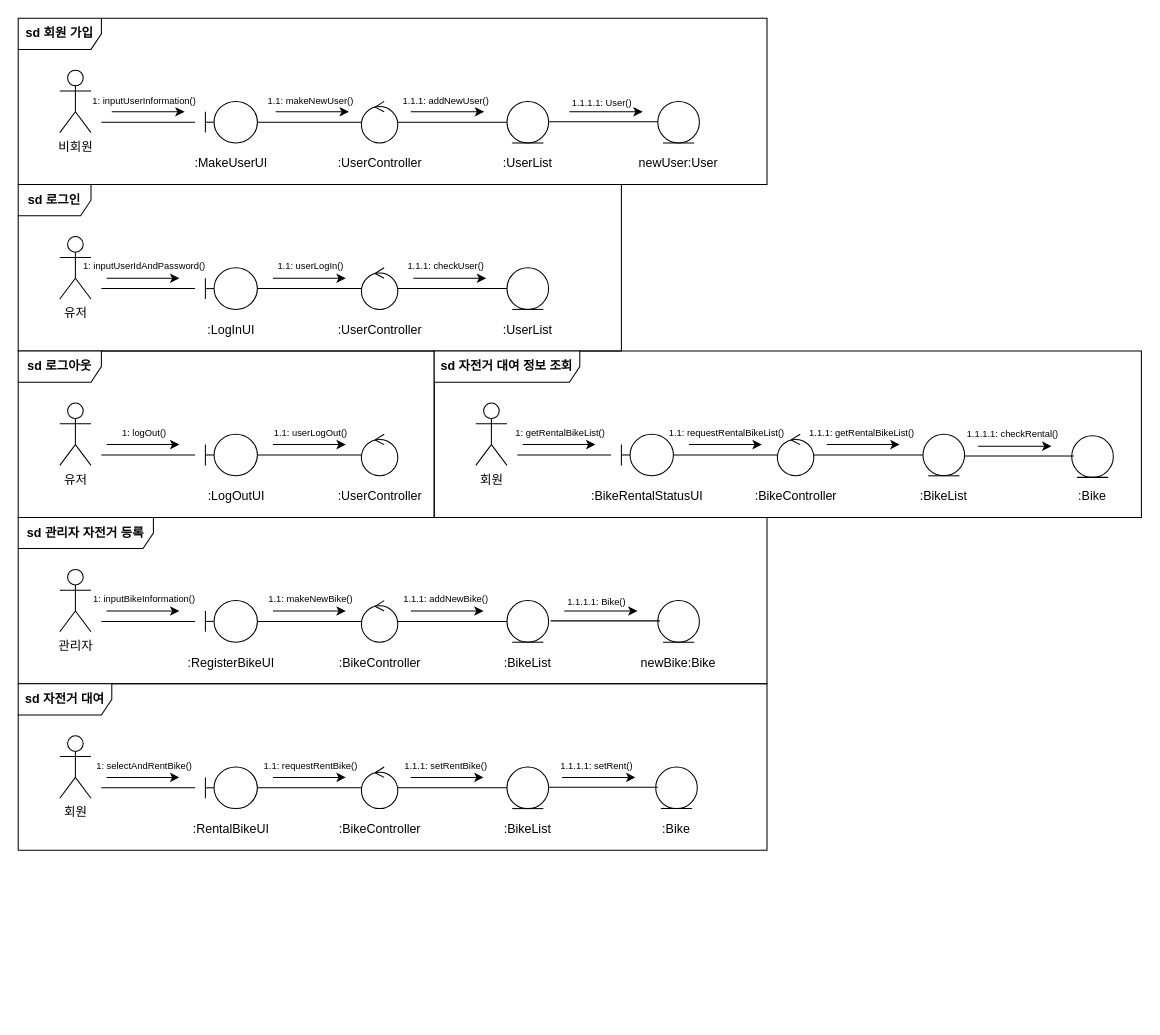
brian70304/SE_Project2 keeps this draw.io diagram as Communication_Diagram.drawio. Above is the earlier version. Source tidied: cells renumbered, new cells numbered last; positions are measured from the earlier drawing's top-left corner, leaving out a move shared by most shapes. Both pictures are drawn from the tidied source at 104%, with x=0, y=0 at pixel (18, 18).
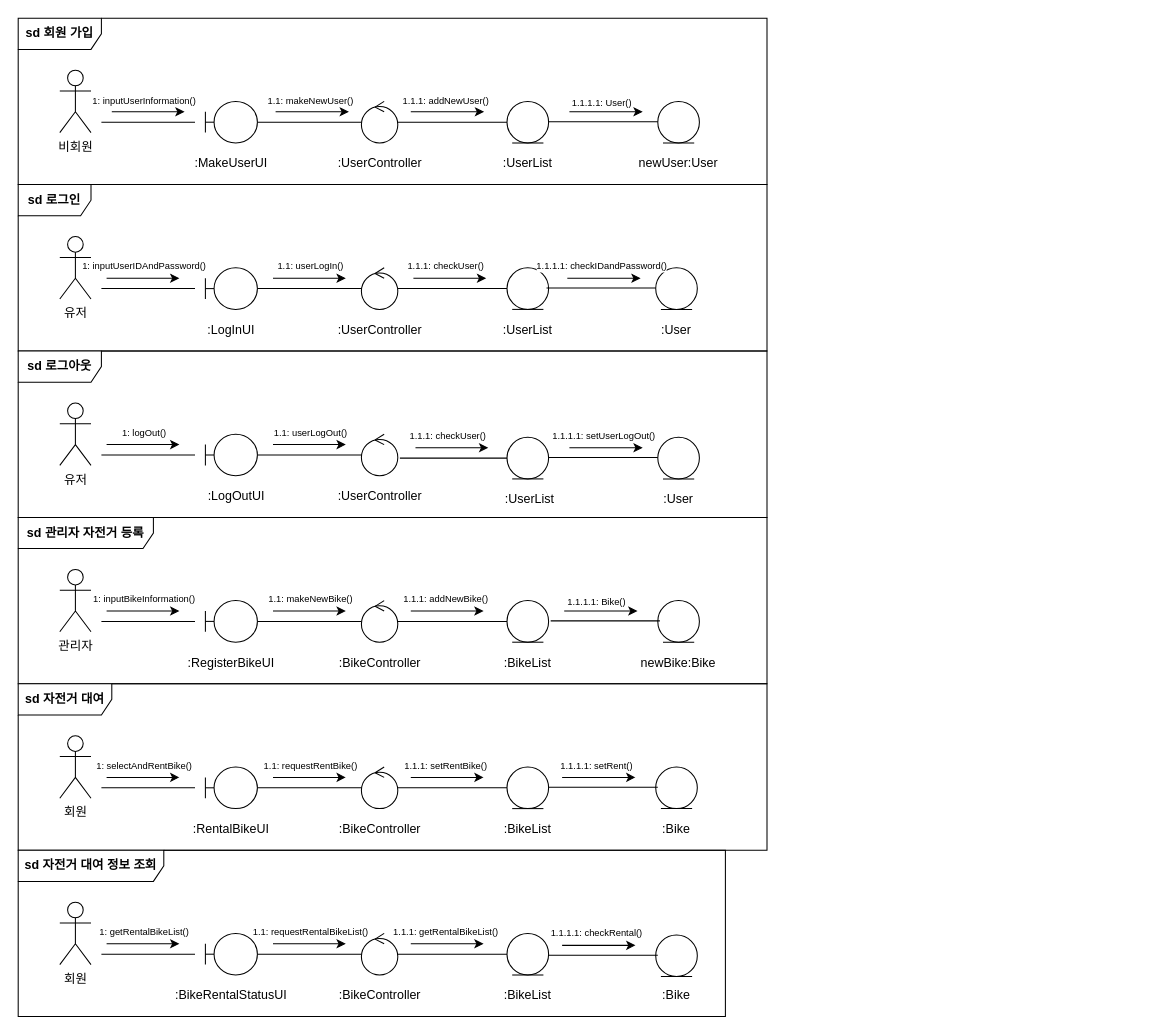
After the change.

Diff of the diagram source:
```diff
@@
-    <mxCell id="30" value="&lt;font style=&quot;font-size: 9px;&quot;&gt;1: inputUserIdAndPassword()&lt;/font&gt;" style="edgeLabel;html=1;align=center;verticalAlign=middle;" parent="1" vertex="1">
+    <mxCell id="30" value="&lt;font style=&quot;font-size: 9px;&quot;&gt;1: inputUserIDAndPassword()&lt;/font&gt;" style="edgeLabel;html=1;align=center;verticalAlign=middle;" parent="1" vertex="1">
       <mxGeometry x="120" y="237" as="geometry" />
     </mxCell>
@@
     <mxCell id="35" value="&lt;b&gt;sd 로그인&lt;/b&gt;" style="shape=umlFrame;whiteSpace=wrap;html=1;width=70;height=30;" parent="1" vertex="1">
-      <mxGeometry y="160" width="580" height="160" as="geometry" />
+      <mxGeometry y="160" width="720" height="160" as="geometry" />
     </mxCell>
@@
     <mxCell id="63" value="&lt;b&gt;sd 로그아웃&lt;/b&gt;" style="shape=umlFrame;whiteSpace=wrap;html=1;width=80;height=30;" parent="1" vertex="1">
-      <mxGeometry y="320" width="400" height="160" as="geometry" />
+      <mxGeometry y="320" width="720" height="160" as="geometry" />
     </mxCell>
@@
     <mxCell id="81" value="회원" style="shape=umlActor;verticalLabelPosition=bottom;verticalAlign=top;html=1;" parent="1" vertex="1">
-      <mxGeometry x="440" y="370" width="30" height="60" as="geometry" />
+      <mxGeometry x="40" y="850" width="30" height="60" as="geometry" />
     </mxCell>
@@
     <mxCell id="83" style="shape=umlBoundary;whiteSpace=wrap;html=1;" parent="1" vertex="1">
-      <mxGeometry x="580" y="400" width="50" height="40" as="geometry" />
+      <mxGeometry x="180" y="880" width="50" height="40" as="geometry" />
     </mxCell>
@@
     <mxCell id="85" style="ellipse;shape=umlControl;whiteSpace=wrap;html=1;" parent="1" vertex="1">
-      <mxGeometry x="730" y="400" width="35" height="40" as="geometry" />
+      <mxGeometry x="330" y="880" width="35" height="40" as="geometry" />
     </mxCell>
     <mxCell id="86" style="ellipse;shape=umlEntity;whiteSpace=wrap;html=1;" parent="1" vertex="1">
-      <mxGeometry x="870" y="400" width="40" height="40" as="geometry" />
+      <mxGeometry x="470" y="880" width="40" height="40" as="geometry" />
     </mxCell>
     <mxCell id="87" style="endArrow=none;html=1;rounded=0;" parent="1" edge="1">
       <mxGeometry relative="1" as="geometry">
-        <mxPoint x="570" y="420" as="sourcePoint" />
-        <mxPoint x="480" y="420" as="targetPoint" />
+        <mxPoint x="170" y="900" as="sourcePoint" />
+        <mxPoint x="80" y="900" as="targetPoint" />
       </mxGeometry>
     </mxCell>
     <mxCell id="88" value=":BikeRentalStatusUI" style="text;html=1;align=center;verticalAlign=middle;whiteSpace=wrap;rounded=0;" parent="1" vertex="1">
-      <mxGeometry x="575" y="450" width="60" height="20" as="geometry" />
+      <mxGeometry x="175" y="930" width="60" height="20" as="geometry" />
     </mxCell>
     <mxCell id="89" value=":BikeController" style="text;html=1;align=center;verticalAlign=middle;whiteSpace=wrap;rounded=0;" parent="1" vertex="1">
-      <mxGeometry x="717.5" y="450" width="60" height="20" as="geometry" />
+      <mxGeometry x="317.5" y="930" width="60" height="20" as="geometry" />
     </mxCell>
     <mxCell id="90" value=":BikeList" style="text;html=1;align=center;verticalAlign=middle;whiteSpace=wrap;rounded=0;" parent="1" vertex="1">
-      <mxGeometry x="860" y="450" width="60" height="20" as="geometry" />
+      <mxGeometry x="460" y="930" width="60" height="20" as="geometry" />
     </mxCell>
     <mxCell id="91" style="endArrow=classic;html=1;rounded=0;" parent="1" edge="1">
       <mxGeometry relative="1" as="geometry">
-        <mxPoint x="485" y="410" as="sourcePoint" />
-        <mxPoint x="555" y="410" as="targetPoint" />
+        <mxPoint x="85" y="890" as="sourcePoint" />
+        <mxPoint x="155" y="890" as="targetPoint" />
       </mxGeometry>
     </mxCell>
     <mxCell id="92" value="&lt;font style=&quot;font-size: 9px;&quot;&gt;1: getRentalBikeList()&lt;/font&gt;" style="edgeLabel;html=1;align=center;verticalAlign=middle;" parent="1" vertex="1">
-      <mxGeometry x="520" y="397" as="geometry" />
+      <mxGeometry x="120" y="877" as="geometry" />
     </mxCell>
     <mxCell id="93" style="endArrow=classic;html=1;rounded=0;" parent="1" edge="1">
       <mxGeometry relative="1" as="geometry">
-        <mxPoint x="645" y="410" as="sourcePoint" />
-        <mxPoint x="715" y="410" as="targetPoint" />
+        <mxPoint x="245" y="890" as="sourcePoint" />
+        <mxPoint x="315" y="890" as="targetPoint" />
       </mxGeometry>
     </mxCell>
     <mxCell id="94" value="&lt;font style=&quot;font-size: 9px;&quot;&gt;1.1: requestRentalBikeList()&lt;/font&gt;" style="edgeLabel;html=1;align=center;verticalAlign=middle;" parent="1" vertex="1">
-      <mxGeometry x="680" y="397" as="geometry" />
+      <mxGeometry x="280" y="877" as="geometry" />
     </mxCell>
     <mxCell id="95" style="endArrow=classic;html=1;rounded=0;" parent="1" edge="1">
       <mxGeometry relative="1" as="geometry">
-        <mxPoint x="777.5" y="410" as="sourcePoint" />
-        <mxPoint x="847.5" y="410" as="targetPoint" />
+        <mxPoint x="377.5" y="890" as="sourcePoint" />
+        <mxPoint x="447.5" y="890" as="targetPoint" />
       </mxGeometry>
     </mxCell>
     <mxCell id="96" value="&lt;font style=&quot;font-size: 9px;&quot;&gt;1.1.1: getRentalBikeList()&lt;/font&gt;" style="edgeLabel;html=1;align=center;verticalAlign=middle;" parent="1" vertex="1">
-      <mxGeometry x="810" y="397" as="geometry" />
+      <mxGeometry x="410" y="877" as="geometry" />
     </mxCell>
@@
     <mxCell id="98" value="&lt;b&gt;sd 자전거 대여 정보 조회&lt;/b&gt;" style="shape=umlFrame;whiteSpace=wrap;html=1;width=140;height=30;" parent="1" vertex="1">
-      <mxGeometry x="400" y="320" width="680" height="160" as="geometry" />
+      <mxGeometry y="800" width="680" height="160" as="geometry" />
     </mxCell>
@@
     <mxCell id="114" style="ellipse;shape=umlEntity;whiteSpace=wrap;html=1;" parent="1" vertex="1">
-      <mxGeometry x="1013" y="401.5" width="40" height="40" as="geometry" />
+      <mxGeometry x="613" y="881.5" width="40" height="40" as="geometry" />
     </mxCell>
     <mxCell id="115" style="edgeStyle=orthogonalEdgeStyle;rounded=0;orthogonalLoop=1;jettySize=auto;html=1;entryX=0;entryY=0.5;entryDx=0;entryDy=0;endArrow=none;startFill=0;" parent="1" edge="1">
       <mxGeometry relative="1" as="geometry">
-        <mxPoint x="910" y="421" as="sourcePoint" />
-        <mxPoint x="1015" y="421" as="targetPoint" />
+        <mxPoint x="510" y="901" as="sourcePoint" />
+        <mxPoint x="615" y="901" as="targetPoint" />
       </mxGeometry>
     </mxCell>
     <mxCell id="116" style="endArrow=classic;html=1;rounded=0;" parent="1" edge="1">
       <mxGeometry relative="1" as="geometry">
-        <mxPoint x="923" y="411.5" as="sourcePoint" />
-        <mxPoint x="993.5" y="411.5" as="targetPoint" />
+        <mxPoint x="523" y="891.5" as="sourcePoint" />
+        <mxPoint x="593.5" y="891.5" as="targetPoint" />
       </mxGeometry>
     </mxCell>
     <mxCell id="117" value="&lt;font style=&quot;font-size: 9px;&quot;&gt;1.1.1.1: checkRental()&lt;/font&gt;" style="edgeLabel;html=1;align=center;verticalAlign=middle;" parent="1" vertex="1">
-      <mxGeometry x="955" y="398.5" as="geometry" />
+      <mxGeometry x="555" y="878.5" as="geometry" />
     </mxCell>
     <mxCell id="118" value=":Bike" style="text;html=1;align=center;verticalAlign=middle;whiteSpace=wrap;rounded=0;" parent="1" vertex="1">
-      <mxGeometry x="1003" y="450" width="60" height="20" as="geometry" />
+      <mxGeometry x="603" y="930" width="60" height="20" as="geometry" />
     </mxCell>
+    <mxCell id="119" style="ellipse;shape=umlEntity;whiteSpace=wrap;html=1;" parent="1" vertex="1">
+      <mxGeometry x="613" y="240" width="40" height="40" as="geometry" />
+    </mxCell>
+    <mxCell id="120" value=":User" style="text;html=1;align=center;verticalAlign=middle;whiteSpace=wrap;rounded=0;" parent="1" vertex="1">
+      <mxGeometry x="603" y="290" width="60" height="20" as="geometry" />
+    </mxCell>
+    <mxCell id="121" style="endArrow=classic;html=1;rounded=0;" parent="1" edge="1">
+      <mxGeometry relative="1" as="geometry">
+        <mxPoint x="528" y="250" as="sourcePoint" />
+        <mxPoint x="598.5" y="250" as="targetPoint" />
+      </mxGeometry>
+    </mxCell>
+    <mxCell id="122" value="&lt;font style=&quot;font-size: 9px;&quot;&gt;1.1.1.1: checkIDandPassword()&lt;/font&gt;" style="edgeLabel;html=1;align=center;verticalAlign=middle;" parent="1" vertex="1">
+      <mxGeometry x="560" y="237" as="geometry" />
+    </mxCell>
+    <mxCell id="123" style="edgeStyle=orthogonalEdgeStyle;rounded=0;orthogonalLoop=1;jettySize=auto;html=1;entryX=0;entryY=0.5;entryDx=0;entryDy=0;endArrow=none;startFill=0;" parent="1" edge="1">
+      <mxGeometry relative="1" as="geometry">
+        <mxPoint x="508" y="259.5" as="sourcePoint" />
+        <mxPoint x="613" y="259.5" as="targetPoint" />
+      </mxGeometry>
+    </mxCell>
+    <mxCell id="124" style="edgeStyle=orthogonalEdgeStyle;rounded=0;orthogonalLoop=1;jettySize=auto;html=1;entryX=0;entryY=0.5;entryDx=0;entryDy=0;endArrow=none;startFill=0;" parent="1" edge="1">
+      <mxGeometry relative="1" as="geometry">
+        <mxPoint x="367" y="423" as="sourcePoint" />
+        <mxPoint x="472" y="423" as="targetPoint" />
+      </mxGeometry>
+    </mxCell>
+    <mxCell id="125" value=":UserList" style="text;html=1;align=center;verticalAlign=middle;whiteSpace=wrap;rounded=0;" parent="1" vertex="1">
+      <mxGeometry x="462" y="453" width="60" height="20" as="geometry" />
+    </mxCell>
+    <mxCell id="126" style="endArrow=classic;html=1;rounded=0;" parent="1" edge="1">
+      <mxGeometry relative="1" as="geometry">
+        <mxPoint x="382" y="413" as="sourcePoint" />
+        <mxPoint x="452" y="413" as="targetPoint" />
+      </mxGeometry>
+    </mxCell>
+    <mxCell id="127" value="&lt;font style=&quot;font-size: 9px;&quot;&gt;1.1.1: checkUser()&lt;/font&gt;" style="edgeLabel;html=1;align=center;verticalAlign=middle;" parent="1" vertex="1">
+      <mxGeometry x="412" y="400" as="geometry" />
+    </mxCell>
+    <mxCell id="128" style="ellipse;shape=umlEntity;whiteSpace=wrap;html=1;" parent="1" vertex="1">
+      <mxGeometry x="615" y="403" width="40" height="40" as="geometry" />
+    </mxCell>
+    <mxCell id="129" style="endArrow=classic;html=1;rounded=0;" parent="1" edge="1">
+      <mxGeometry relative="1" as="geometry">
+        <mxPoint x="530" y="413" as="sourcePoint" />
+        <mxPoint x="600.5" y="413" as="targetPoint" />
+      </mxGeometry>
+    </mxCell>
+    <mxCell id="130" value="&lt;font style=&quot;font-size: 9px;&quot;&gt;1.1.1.1: setUserLogOut()&lt;/font&gt;" style="edgeLabel;html=1;align=center;verticalAlign=middle;" parent="1" vertex="1">
+      <mxGeometry x="562" y="400" as="geometry" />
+    </mxCell>
+    <mxCell id="131" style="edgeStyle=orthogonalEdgeStyle;rounded=0;orthogonalLoop=1;jettySize=auto;html=1;entryX=0;entryY=0.5;entryDx=0;entryDy=0;endArrow=none;startFill=0;" parent="1" edge="1">
+      <mxGeometry relative="1" as="geometry">
+        <mxPoint x="510" y="422.5" as="sourcePoint" />
+        <mxPoint x="615" y="422.5" as="targetPoint" />
+      </mxGeometry>
+    </mxCell>
+    <mxCell id="132" style="ellipse;shape=umlEntity;whiteSpace=wrap;html=1;" parent="1" vertex="1">
+      <mxGeometry x="470" y="403" width="40" height="40" as="geometry" />
+    </mxCell>
+    <mxCell id="133" value=":User" style="text;html=1;align=center;verticalAlign=middle;whiteSpace=wrap;rounded=0;" parent="1" vertex="1">
+      <mxGeometry x="605" y="453" width="60" height="20" as="geometry" />
+    </mxCell>
```
